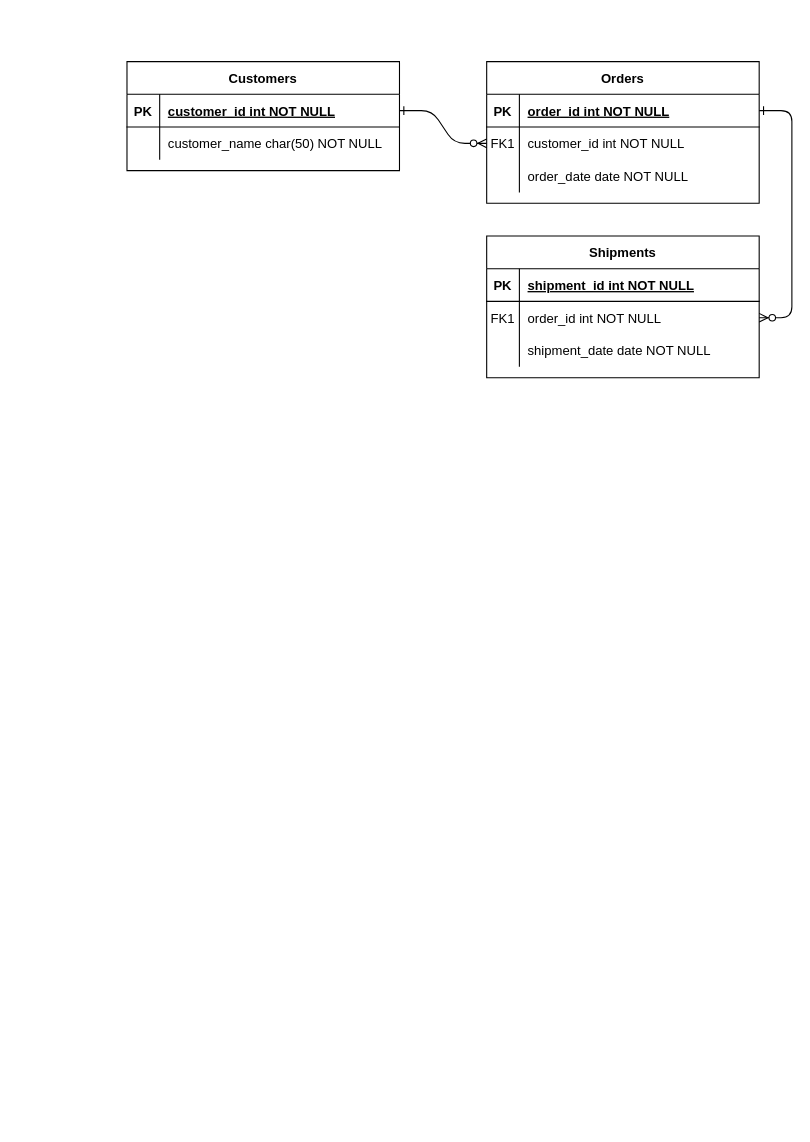
Earlier version of the draw.io diagram 23.drawio (atryshkin/from_csv_to_ascii_table). Source tidied: cells renumbered, new cells numbered last; positions are measured from the earlier drawing's top-left corner, leaving out a move shared by most shapes. Both pictures are drawn from the tidied source at 109%, with x=0, y=0 at pixel (126, 61).
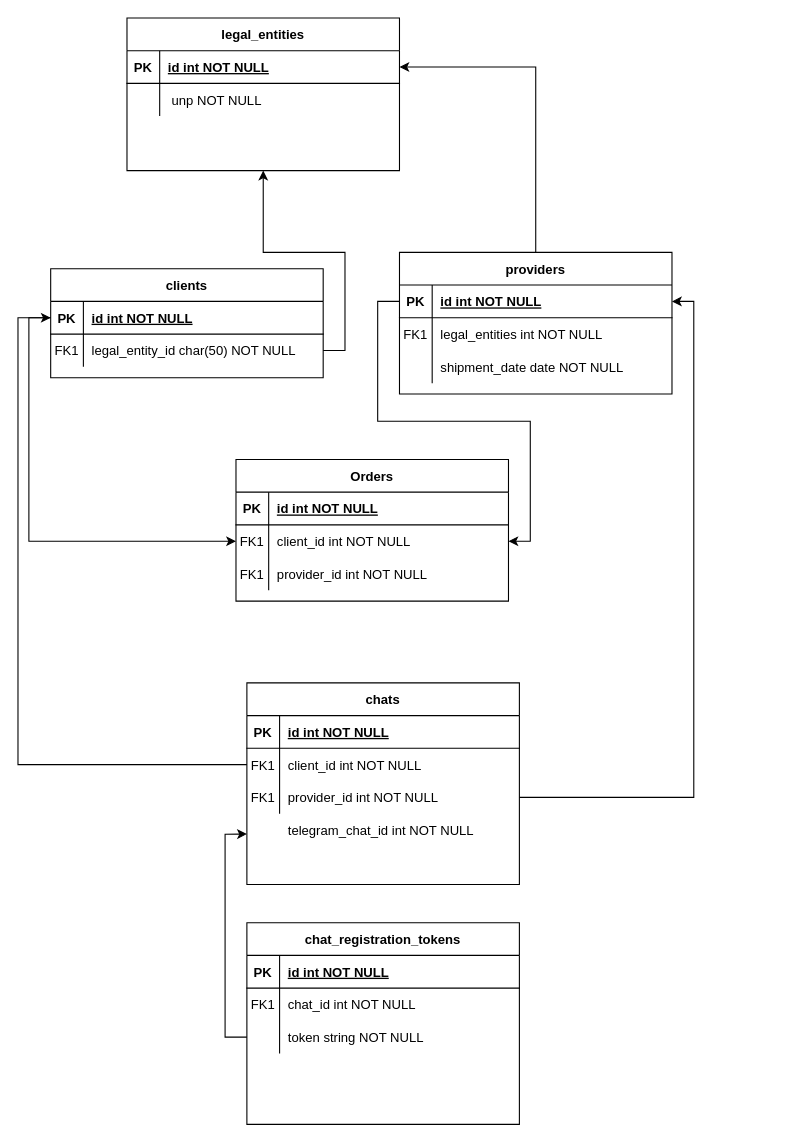
The same diagram, later.

Unchanged cells that the change refers to:
```xml
<mxCell id="5" style="shape=partialRectangle;fillColor=none;points=[[0,0.5],[1,0.5]];portConstraint=eastwest;top=0;left=0;right=0;bottom=1;" parent="4" vertex="1">
  <mxGeometry y="30" width="250" height="30" as="geometry" />
</mxCell>
<mxCell id="8" style="shape=partialRectangle;fillColor=none;points=[[0,0.5],[1,0.5]];portConstraint=eastwest;top=0;left=0;right=0;bottom=0;" parent="4" vertex="1">
  <mxGeometry y="60" width="250" height="30" as="geometry" />
</mxCell>
<mxCell id="11" style="shape=partialRectangle;fillColor=none;top=0;left=0;right=0;bottom=0;" parent="4" vertex="1">
  <mxGeometry y="90" width="250" height="30" as="geometry" />
</mxCell>
<mxCell id="15" style="shape=partialRectangle;fillColor=none;points=[[0,0.5],[1,0.5]];portConstraint=eastwest;top=0;left=0;right=0;bottom=1;" parent="14" vertex="1">
  <mxGeometry y="30" width="250" height="30" as="geometry" />
</mxCell>
<mxCell id="18" style="shape=partialRectangle;fillColor=none;points=[[0,0.5],[1,0.5]];portConstraint=eastwest;top=0;left=0;right=0;bottom=0;" parent="14" vertex="1">
  <mxGeometry y="60" width="250" height="30" as="geometry" />
</mxCell>
<mxCell id="25" style="shape=partialRectangle;fillColor=none;points=[[0,0.5],[1,0.5]];portConstraint=eastwest;top=0;left=0;right=0;bottom=1;" parent="24" vertex="1">
  <mxGeometry y="30" width="250" height="30" as="geometry" />
</mxCell>
<mxCell id="28" style="shape=partialRectangle;fillColor=none;top=0;left=0;right=0;bottom=0;" parent="24" vertex="1">
  <mxGeometry y="60" width="250" height="30" as="geometry" />
</mxCell>
```

What changed in the source:
```diff
@@
-    <mxCell id="2" style="edgeStyle=entityRelationEdgeStyle;endArrow=ERzeroToMany;startArrow=ERone;endFill=1;startFill=0;" parent="1" edge="1" source="25" target="8">
-      <mxGeometry relative="1" as="geometry" />
-    </mxCell>
-    <mxCell id="3" style="edgeStyle=entityRelationEdgeStyle;endArrow=ERzeroToMany;startArrow=ERone;endFill=1;startFill=0;" parent="1" edge="1" source="5" target="18">
-      <mxGeometry relative="1" as="geometry" />
-    </mxCell>
     <mxCell id="4" value="Orders" style="shape=table;startSize=30;childLayout=tableLayout;rowLines=0;fontStyle=1;align=center;" parent="1" vertex="1">
-      <mxGeometry x="330" width="250" height="130" as="geometry" />
+      <mxGeometry x="100" y="365" width="250" height="130" as="geometry" />
     </mxCell>
@@
-    <mxCell id="7" value="order_id int NOT NULL " style="shape=partialRectangle;overflow=hidden;fillColor=none;top=0;left=0;bottom=0;right=0;align=left;spacingLeft=6;fontStyle=5;" parent="5" vertex="1">
+    <mxCell id="7" value="id int NOT NULL " style="shape=partialRectangle;overflow=hidden;fillColor=none;top=0;left=0;bottom=0;right=0;align=left;spacingLeft=6;fontStyle=5;" parent="5" vertex="1">
       <mxGeometry x="30" width="220" height="30" as="geometry" />
     </mxCell>
@@
-    <mxCell id="10" value="customer_id int NOT NULL" style="shape=partialRectangle;overflow=hidden;fillColor=none;top=0;left=0;bottom=0;right=0;align=left;spacingLeft=6;" parent="8" vertex="1">
+    <mxCell id="10" value="client_id int NOT NULL" style="shape=partialRectangle;overflow=hidden;fillColor=none;top=0;left=0;bottom=0;right=0;align=left;spacingLeft=6;" parent="8" vertex="1">
       <mxGeometry x="30" width="220" height="30" as="geometry" />
     </mxCell>
@@
-    <mxCell id="12" style="shape=partialRectangle;overflow=hidden;fillColor=none;top=0;left=0;bottom=0;right=0;" parent="11" vertex="1">
+    <mxCell id="12" value="FK1" style="shape=partialRectangle;overflow=hidden;fillColor=none;top=0;left=0;bottom=0;right=0;" parent="11" vertex="1">
       <mxGeometry width="30" height="30" as="geometry" />
     </mxCell>
-    <mxCell id="13" value="order_date date NOT NULL" style="shape=partialRectangle;overflow=hidden;fillColor=none;top=0;left=0;bottom=0;right=0;align=left;spacingLeft=6;" parent="11" vertex="1">
+    <mxCell id="13" value="provider_id int NOT NULL" style="shape=partialRectangle;overflow=hidden;fillColor=none;top=0;left=0;bottom=0;right=0;align=left;spacingLeft=6;" parent="11" vertex="1">
       <mxGeometry x="30" width="220" height="30" as="geometry" />
     </mxCell>
+    <mxCell id="31" style="edgeStyle=orthogonalEdgeStyle;rounded=0;jettySize=auto;html=1;entryX=1;entryY=0.5;entryDx=0;entryDy=0;" parent="1" edge="1" source="14" target="25">
+      <mxGeometry relative="1" as="geometry" />
+    </mxCell>
-    <mxCell id="14" value="Shipments" style="shape=table;startSize=30;childLayout=tableLayout;rowLines=0;fontStyle=1;align=center;" parent="1" vertex="1">
-      <mxGeometry x="330" y="160" width="250" height="130" as="geometry" />
+    <mxCell id="14" value="providers" style="shape=table;startSize=30;childLayout=tableLayout;rowLines=0;fontStyle=1;align=center;" parent="1" vertex="1">
+      <mxGeometry x="250" y="175" width="250" height="130" as="geometry" />
     </mxCell>
@@
-    <mxCell id="17" value="shipment_id int NOT NULL " style="shape=partialRectangle;overflow=hidden;fillColor=none;top=0;left=0;bottom=0;right=0;align=left;spacingLeft=6;fontStyle=5;" parent="15" vertex="1">
+    <mxCell id="17" value="id int NOT NULL " style="shape=partialRectangle;overflow=hidden;fillColor=none;top=0;left=0;bottom=0;right=0;align=left;spacingLeft=6;fontStyle=5;" parent="15" vertex="1">
       <mxGeometry x="30" width="220" height="30" as="geometry" />
     </mxCell>
@@
-    <mxCell id="20" value="order_id int NOT NULL" style="shape=partialRectangle;overflow=hidden;fillColor=none;top=0;left=0;bottom=0;right=0;align=left;spacingLeft=6;" parent="18" vertex="1">
+    <mxCell id="20" value="legal_entities int NOT NULL" style="shape=partialRectangle;overflow=hidden;fillColor=none;top=0;left=0;bottom=0;right=0;align=left;spacingLeft=6;" parent="18" vertex="1">
       <mxGeometry x="30" width="220" height="30" as="geometry" />
     </mxCell>
@@
-    <mxCell id="24" value="Customers" style="shape=table;startSize=30;childLayout=tableLayout;rowLines=0;fontStyle=1;align=center;" parent="1" vertex="1">
-      <mxGeometry width="250" height="100" as="geometry" />
+    <mxCell id="24" value="legal_entities" style="shape=table;startSize=30;childLayout=tableLayout;rowLines=0;fontStyle=1;align=center;" parent="1" vertex="1">
+      <mxGeometry y="-40" width="250" height="140" as="geometry" />
     </mxCell>
@@
-    <mxCell id="27" value="customer_id int NOT NULL " style="shape=partialRectangle;overflow=hidden;fillColor=none;top=0;left=0;bottom=0;right=0;align=left;spacingLeft=6;fontStyle=5;" parent="25" vertex="1">
+    <mxCell id="27" value="id int NOT NULL " style="shape=partialRectangle;overflow=hidden;fillColor=none;top=0;left=0;bottom=0;right=0;align=left;spacingLeft=6;fontStyle=5;" parent="25" vertex="1">
       <mxGeometry x="30" width="220" height="30" as="geometry" />
     </mxCell>
@@
-    <mxCell id="30" value="customer_name char(50) NOT NULL" style="shape=partialRectangle;overflow=hidden;fillColor=none;top=0;left=0;bottom=0;right=0;align=left;spacingLeft=6;" parent="28" vertex="1">
+    <mxCell id="30" value=" unp NOT NULL" style="shape=partialRectangle;overflow=hidden;fillColor=none;top=0;left=0;bottom=0;right=0;align=left;spacingLeft=6;" parent="28" vertex="1">
       <mxGeometry x="30" width="220" height="30" as="geometry" />
     </mxCell>
+    <mxCell id="32" value="clients" style="shape=table;startSize=30;childLayout=tableLayout;rowLines=0;fontStyle=1;align=center;" parent="1" vertex="1">
+      <mxGeometry x="-70" y="190" width="250" height="100" as="geometry" />
+    </mxCell>
+    <mxCell id="33" style="shape=partialRectangle;fillColor=none;points=[[0,0.5],[1,0.5]];portConstraint=eastwest;top=0;left=0;right=0;bottom=1;" parent="32" vertex="1">
+      <mxGeometry y="30" width="250" height="30" as="geometry" />
+    </mxCell>
+    <mxCell id="34" value="PK" style="shape=partialRectangle;overflow=hidden;fillColor=none;top=0;left=0;bottom=0;right=0;fontStyle=1;" parent="33" vertex="1">
+      <mxGeometry width="30" height="30" as="geometry" />
+    </mxCell>
+    <mxCell id="35" value="id int NOT NULL " style="shape=partialRectangle;overflow=hidden;fillColor=none;top=0;left=0;bottom=0;right=0;align=left;spacingLeft=6;fontStyle=5;" parent="33" vertex="1">
+      <mxGeometry x="30" width="220" height="30" as="geometry" />
+    </mxCell>
+    <mxCell id="36" style="shape=partialRectangle;fillColor=none;points=[[0,0.5],[1,0.5]];portConstraint=eastwest;top=0;left=0;right=0;bottom=0;" parent="32" vertex="1">
+      <mxGeometry y="60" width="250" height="30" as="geometry" />
+    </mxCell>
+    <mxCell id="37" value="FK1" style="shape=partialRectangle;overflow=hidden;fillColor=none;top=0;left=0;bottom=0;right=0;" parent="36" vertex="1">
+      <mxGeometry width="30" height="30" as="geometry" />
+    </mxCell>
+    <mxCell id="38" value="legal_entity_id char(50) NOT NULL" style="shape=partialRectangle;overflow=hidden;fillColor=none;top=0;left=0;bottom=0;right=0;align=left;spacingLeft=6;" parent="36" vertex="1">
+      <mxGeometry x="30" width="220" height="30" as="geometry" />
+    </mxCell>
+    <mxCell id="39" style="edgeStyle=orthogonalEdgeStyle;rounded=0;jettySize=auto;html=1;entryX=0.5;entryY=1;entryDx=0;entryDy=0;" parent="1" edge="1" source="36" target="24">
+      <mxGeometry relative="1" as="geometry" />
+    </mxCell>
+    <mxCell id="40" style="edgeStyle=orthogonalEdgeStyle;rounded=0;jettySize=auto;html=1;" parent="1" edge="1" source="15" target="8">
+      <mxGeometry relative="1" as="geometry" />
+    </mxCell>
+    <mxCell id="41" style="edgeStyle=orthogonalEdgeStyle;rounded=0;jettySize=auto;html=1;exitX=0;exitY=0.5;exitDx=0;exitDy=0;entryX=0;entryY=0.5;entryDx=0;entryDy=0;" parent="1" edge="1" source="33" target="8">
+      <mxGeometry relative="1" as="geometry" />
+    </mxCell>
+    <mxCell id="42" value="chats" style="shape=table;startSize=30;childLayout=tableLayout;rowLines=0;fontStyle=1;align=center;" parent="1" vertex="1">
+      <mxGeometry x="110" y="570" width="250" height="185" as="geometry" />
+    </mxCell>
+    <mxCell id="43" style="shape=partialRectangle;fillColor=none;top=0;left=0;right=0;bottom=1;" parent="42" vertex="1">
+      <mxGeometry y="30" width="250" height="30" as="geometry" />
+    </mxCell>
+    <mxCell id="44" value="PK" style="shape=partialRectangle;overflow=hidden;fillColor=none;top=0;left=0;bottom=0;right=0;fontStyle=1;" parent="43" vertex="1">
+      <mxGeometry width="30" height="30" as="geometry" />
+    </mxCell>
+    <mxCell id="45" value="id int NOT NULL " style="shape=partialRectangle;overflow=hidden;fillColor=none;top=0;left=0;bottom=0;right=0;align=left;spacingLeft=6;fontStyle=5;" parent="43" vertex="1">
+      <mxGeometry x="30" width="220" height="30" as="geometry" />
+    </mxCell>
+    <mxCell id="46" style="shape=partialRectangle;fillColor=none;points=[[0,0.5],[1,0.5]];portConstraint=eastwest;top=0;left=0;right=0;bottom=0;" parent="42" vertex="1">
+      <mxGeometry y="60" width="250" height="30" as="geometry" />
+    </mxCell>
+    <mxCell id="47" value="FK1" style="shape=partialRectangle;overflow=hidden;fillColor=none;top=0;left=0;bottom=0;right=0;" parent="46" vertex="1">
+      <mxGeometry width="30" height="30" as="geometry" />
+    </mxCell>
+    <mxCell id="48" value="client_id int NOT NULL" style="shape=partialRectangle;overflow=hidden;fillColor=none;top=0;left=0;bottom=0;right=0;align=left;spacingLeft=6;" parent="46" vertex="1">
+      <mxGeometry x="30" width="220" height="30" as="geometry" />
+    </mxCell>
+    <mxCell id="49" style="shape=partialRectangle;fillColor=none;points=[[0,0.5],[1,0.5]];portConstraint=eastwest;top=0;left=0;right=0;bottom=0;" parent="42" vertex="1">
+      <mxGeometry y="90" width="250" height="30" as="geometry" />
+    </mxCell>
+    <mxCell id="50" value="FK1" style="shape=partialRectangle;overflow=hidden;fillColor=none;top=0;left=0;bottom=0;right=0;" parent="49" vertex="1">
+      <mxGeometry width="30" height="30" as="geometry" />
+    </mxCell>
+    <mxCell id="51" value="provider_id int NOT NULL" style="shape=partialRectangle;overflow=hidden;fillColor=none;top=0;left=0;bottom=0;right=0;align=left;spacingLeft=6;" parent="49" vertex="1">
+      <mxGeometry x="30" width="220" height="30" as="geometry" />
+    </mxCell>
+    <mxCell id="52" style="edgeStyle=orthogonalEdgeStyle;rounded=0;jettySize=auto;html=1;entryX=0;entryY=0.5;entryDx=0;entryDy=0;" parent="1" edge="1" source="46" target="33">
+      <mxGeometry relative="1" as="geometry">
+        <Array as="points">
+          <mxPoint x="-100" y="645" />
+          <mxPoint x="-100" y="235" />
+        </Array>
+      </mxGeometry>
+    </mxCell>
+    <mxCell id="53" style="edgeStyle=orthogonalEdgeStyle;rounded=0;jettySize=auto;html=1;entryX=1;entryY=0.5;entryDx=0;entryDy=0;" parent="1" edge="1" source="49" target="15">
+      <mxGeometry relative="1" as="geometry" />
+    </mxCell>
+    <mxCell id="54" value="telegram_chat_id int NOT NULL" style="shape=partialRectangle;overflow=hidden;fillColor=none;top=0;left=0;bottom=0;right=0;align=left;spacingLeft=6;" parent="1" vertex="1">
+      <mxGeometry x="140" y="690" width="220" height="30" as="geometry" />
+    </mxCell>
+    <mxCell id="55" value="chat_registration_tokens" style="shape=table;startSize=30;childLayout=tableLayout;rowLines=0;fontStyle=1;align=center;" parent="1" vertex="1">
+      <mxGeometry x="110" y="790" width="250" height="185" as="geometry" />
+    </mxCell>
+    <mxCell id="56" style="shape=partialRectangle;fillColor=none;top=0;left=0;right=0;bottom=1;" parent="55" vertex="1">
+      <mxGeometry y="30" width="250" height="30" as="geometry" />
+    </mxCell>
+    <mxCell id="57" value="PK" style="shape=partialRectangle;overflow=hidden;fillColor=none;top=0;left=0;bottom=0;right=0;fontStyle=1;" parent="56" vertex="1">
+      <mxGeometry width="30" height="30" as="geometry" />
+    </mxCell>
+    <mxCell id="58" value="id int NOT NULL " style="shape=partialRectangle;overflow=hidden;fillColor=none;top=0;left=0;bottom=0;right=0;align=left;spacingLeft=6;fontStyle=5;" parent="56" vertex="1">
+      <mxGeometry x="30" width="220" height="30" as="geometry" />
+    </mxCell>
+    <mxCell id="59" style="shape=partialRectangle;fillColor=none;top=0;left=0;right=0;bottom=0;" parent="55" vertex="1">
+      <mxGeometry y="60" width="250" height="30" as="geometry" />
+    </mxCell>
+    <mxCell id="60" value="FK1" style="shape=partialRectangle;overflow=hidden;fillColor=none;top=0;left=0;bottom=0;right=0;" parent="59" vertex="1">
+      <mxGeometry width="30" height="30" as="geometry" />
+    </mxCell>
+    <mxCell id="61" value="chat_id int NOT NULL" style="shape=partialRectangle;overflow=hidden;fillColor=none;top=0;left=0;bottom=0;right=0;align=left;spacingLeft=6;" parent="59" vertex="1">
+      <mxGeometry x="30" width="220" height="30" as="geometry" />
+    </mxCell>
+    <mxCell id="62" style="shape=partialRectangle;fillColor=none;points=[[0,0.5],[1,0.5]];portConstraint=eastwest;top=0;left=0;right=0;bottom=0;" parent="55" vertex="1">
+      <mxGeometry y="90" width="250" height="30" as="geometry" />
+    </mxCell>
+    <mxCell id="63" style="shape=partialRectangle;overflow=hidden;fillColor=none;top=0;left=0;bottom=0;right=0;" parent="62" vertex="1">
+      <mxGeometry width="30" height="30" as="geometry" />
+    </mxCell>
+    <mxCell id="64" value="token string NOT NULL" style="shape=partialRectangle;overflow=hidden;fillColor=none;top=0;left=0;bottom=0;right=0;align=left;spacingLeft=6;" parent="62" vertex="1">
+      <mxGeometry x="30" width="220" height="30" as="geometry" />
+    </mxCell>
+    <mxCell id="65" style="edgeStyle=orthogonalEdgeStyle;rounded=0;jettySize=auto;html=1;entryX=0;entryY=0.75;entryDx=0;entryDy=0;" parent="1" edge="1" source="62" target="42">
+      <mxGeometry relative="1" as="geometry" />
+    </mxCell>
```
